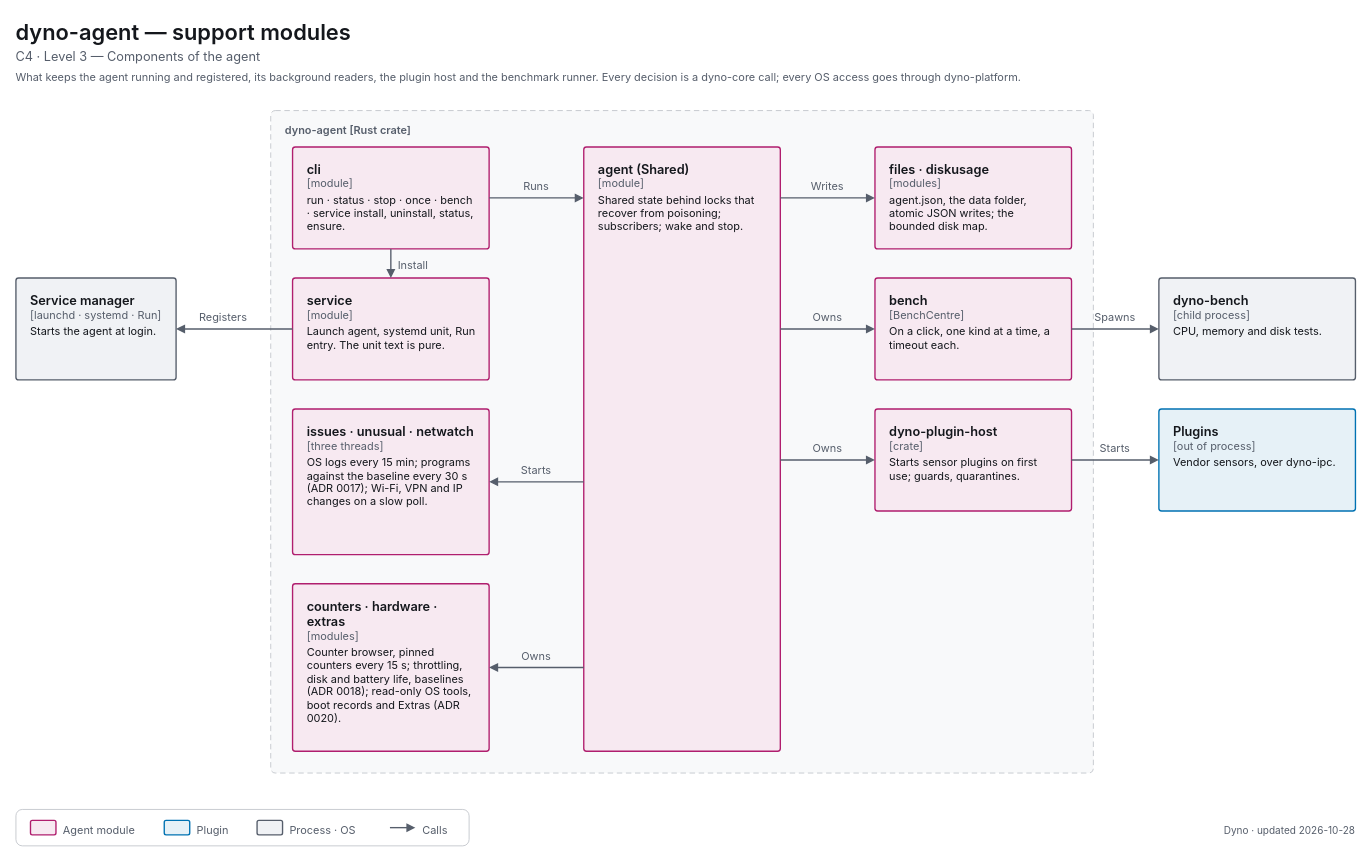
Earlier version of the draw.io diagram apps/dyno/diagrams/c4-3-components-agent-support.drawio (decryp7/paddock). Source tidied: cells renumbered, new cells numbered last; positions are measured from the earlier drawing's top-left corner, leaving out a move shared by most shapes. Both pictures are drawn from the tidied source at 91%, with x=0, y=0 at pixel (15, 15).
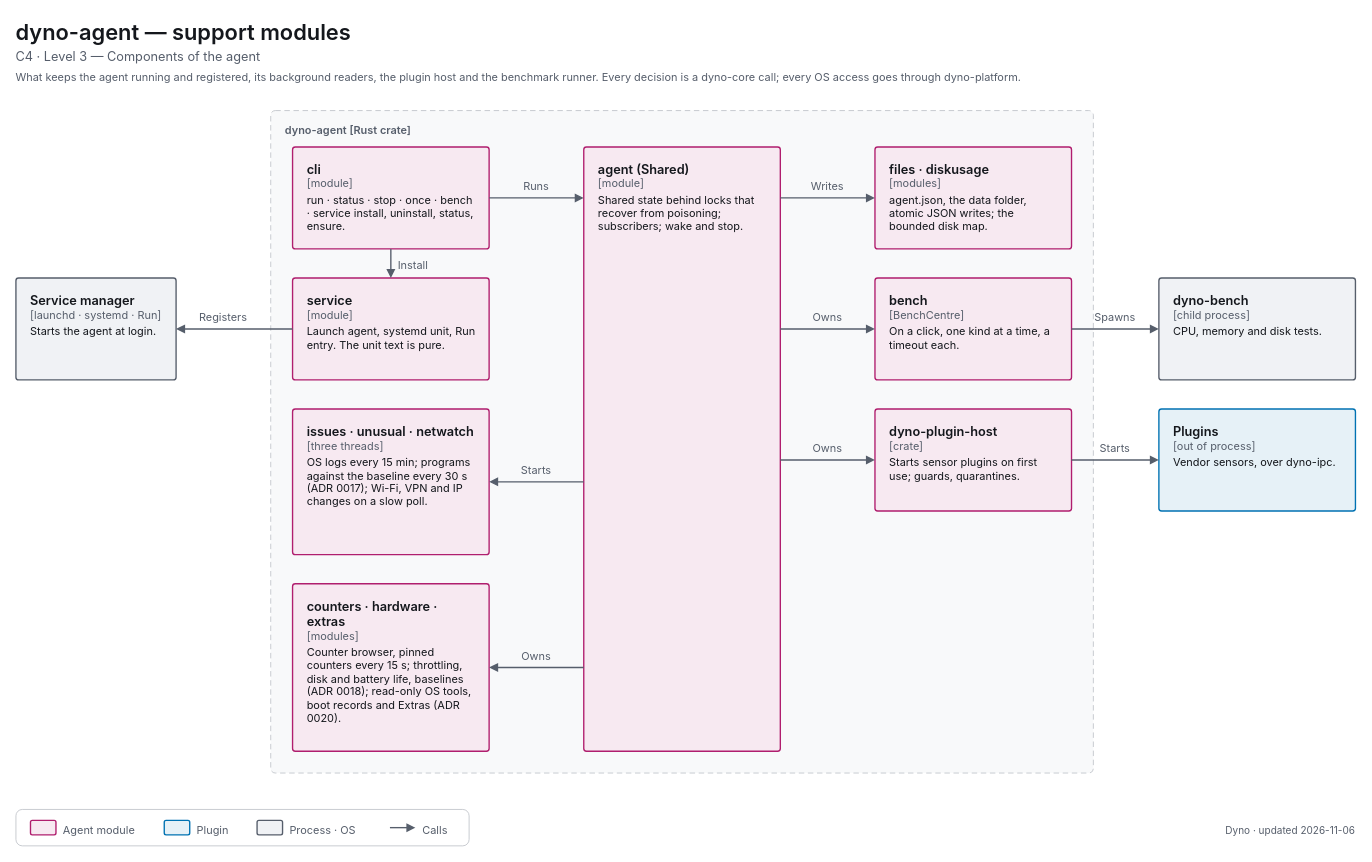
The same page after the edit.

Change to the diagram source:
```diff
@@
-    <mxCell id="46" value="&lt;span style=&quot;font-size:11px;font-weight:400&quot;&gt;Dyno · updated 2026-10-28&lt;/span&gt;" style="html=1;whiteSpace=wrap;fontFamily=-apple-system,BlinkMacSystemFont,Segoe UI,system-ui,sans-serif;fontSize=12;fontColor=light-dark(#14171C,#ECEEF1);text;strokeColor=none;fillColor=none;align=right;verticalAlign=top;spacing=0;fontColor=light-dark(#565E6B,#A0A7B2);" parent="1" vertex="1">
+    <mxCell id="46" value="&lt;span style=&quot;font-size:11px;font-weight:400&quot;&gt;Dyno · updated 2026-11-06&lt;/span&gt;" style="html=1;whiteSpace=wrap;fontFamily=-apple-system,BlinkMacSystemFont,Segoe UI,system-ui,sans-serif;fontSize=12;fontColor=light-dark(#14171C,#ECEEF1);text;strokeColor=none;fillColor=none;align=right;verticalAlign=top;spacing=0;fontColor=light-dark(#565E6B,#A0A7B2);" parent="1" vertex="1">
       <mxGeometry x="1112" y="883" width="360" height="18" as="geometry" />
     </mxCell>
```
